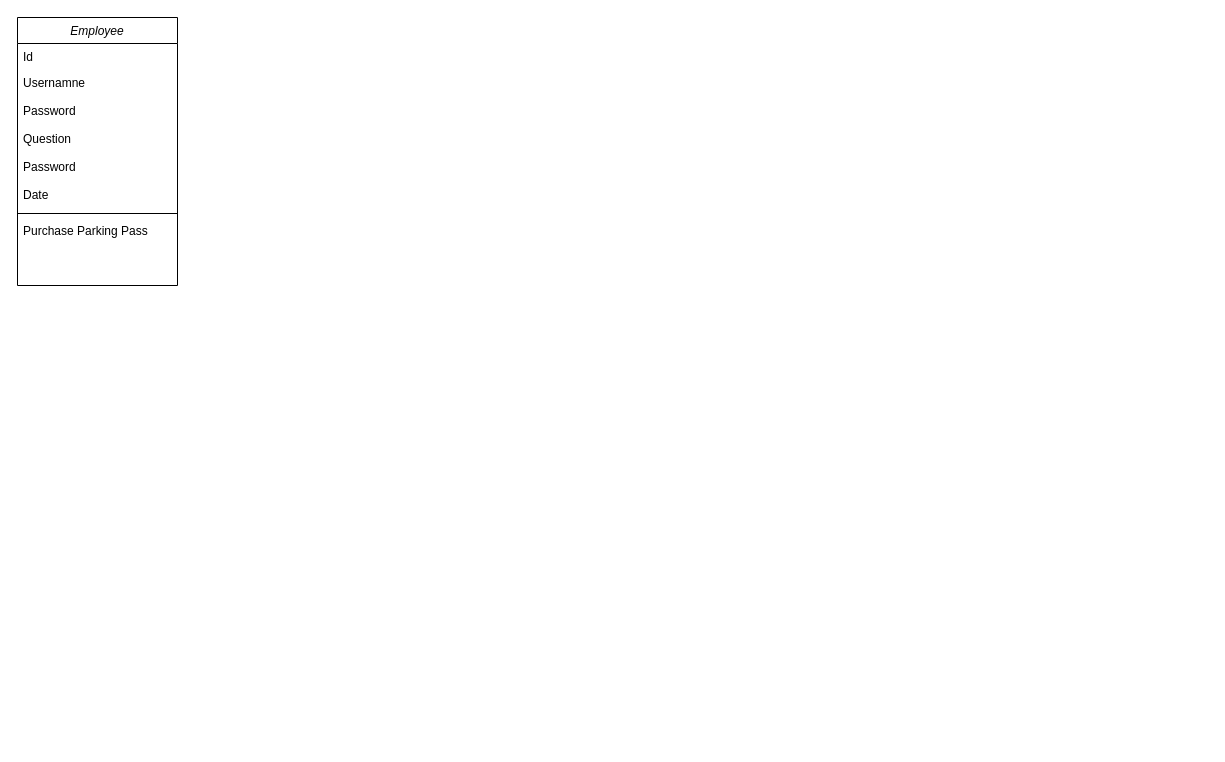
This is CafeteriaManagementSys.drawio from thanhdatho0/Cafeteria-Management, a draw.io file, before an edit. Source tidied: cells renumbered, new cells numbered last; positions are measured from the earlier drawing's top-left corner, leaving out a move shared by most shapes. Both pictures are drawn from the tidied source at 100%, with x=0, y=0 at pixel (17, 17).
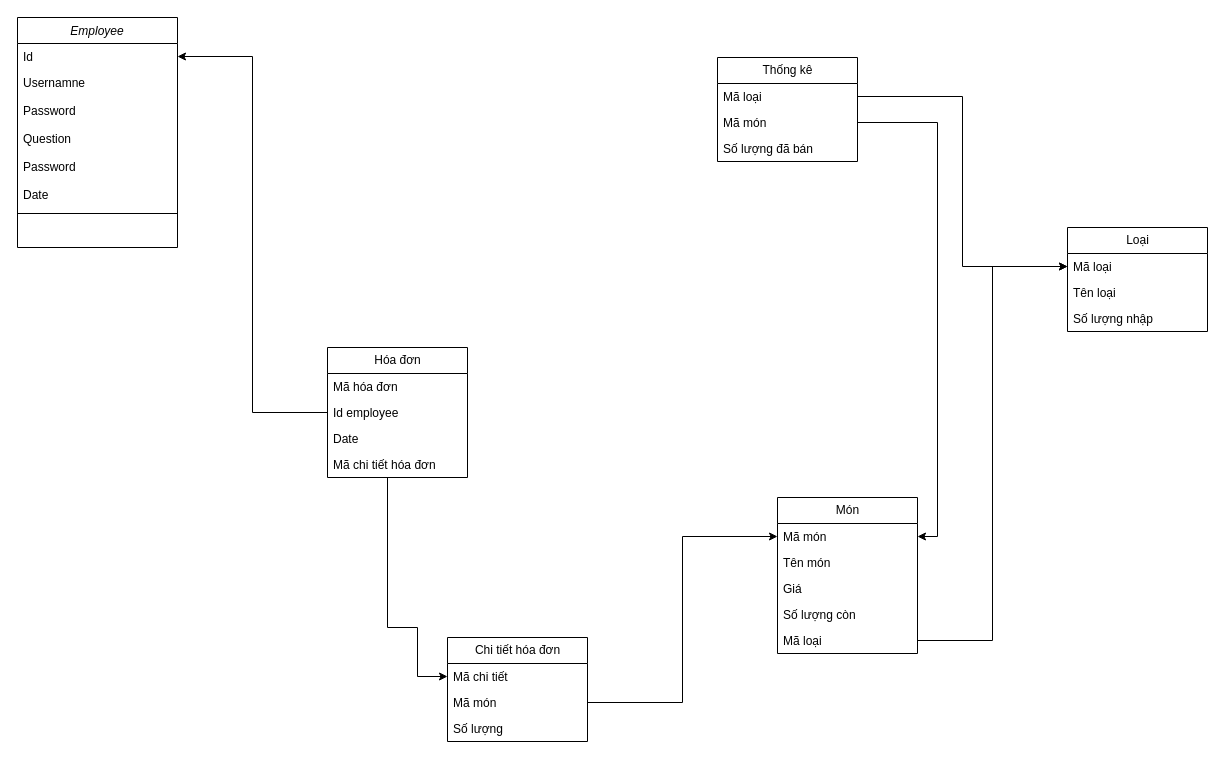
The same page after the edit.

The change refers to these unchanged cells:
```xml
<mxCell id="3" value="Id" style="text;align=left;verticalAlign=top;spacingLeft=4;spacingRight=4;overflow=hidden;points=[[0,0.5],[1,0.5]];portConstraint=eastwest;" parent="2" vertex="1">
  <mxGeometry y="26" width="160" height="26" as="geometry" />
</mxCell>
```

The edit, as a diff of the source:
```diff
@@
     <mxCell id="2" value="Employee" style="swimlane;fontStyle=2;align=center;verticalAlign=top;horizontal=1;startSize=26;rounded=0;shadow=0;strokeWidth=1;" parent="1" vertex="1">
-      <mxGeometry width="160" height="268" as="geometry" />
+      <mxGeometry width="160" height="230" as="geometry" />
     </mxCell>
@@
-    <mxCell id="10" value="Purchase Parking Pass" style="text;align=left;verticalAlign=top;spacingLeft=4;spacingRight=4;overflow=hidden;" parent="2" vertex="1">
-      <mxGeometry y="200" width="160" height="26" as="geometry" />
-    </mxCell>
+    <mxCell id="11" value="Món" style="swimlane;fontStyle=0;horizontal=1;startSize=26;fillColor=none;html=1;" parent="1" vertex="1">
+      <mxGeometry x="760" y="480" width="140" height="156" as="geometry" />
+    </mxCell>
+    <mxCell id="12" value="Mã món" style="text;strokeColor=none;fillColor=none;align=left;verticalAlign=top;spacingLeft=4;spacingRight=4;overflow=hidden;points=[[0,0.5],[1,0.5]];portConstraint=eastwest;whiteSpace=wrap;html=1;" parent="11" vertex="1">
+      <mxGeometry y="26" width="140" height="26" as="geometry" />
+    </mxCell>
+    <mxCell id="13" value="Tên món" style="text;strokeColor=none;fillColor=none;align=left;verticalAlign=top;spacingLeft=4;spacingRight=4;overflow=hidden;whiteSpace=wrap;html=1;" parent="11" vertex="1">
+      <mxGeometry y="52" width="140" height="26" as="geometry" />
+    </mxCell>
+    <mxCell id="14" value="Giá" style="text;strokeColor=none;fillColor=none;align=left;verticalAlign=top;spacingLeft=4;spacingRight=4;overflow=hidden;whiteSpace=wrap;html=1;" parent="11" vertex="1">
+      <mxGeometry y="78" width="140" height="26" as="geometry" />
+    </mxCell>
+    <mxCell id="15" value="Số lượng còn" style="text;strokeColor=none;fillColor=none;align=left;verticalAlign=top;spacingLeft=4;spacingRight=4;overflow=hidden;whiteSpace=wrap;html=1;" parent="11" vertex="1">
+      <mxGeometry y="104" width="140" height="26" as="geometry" />
+    </mxCell>
+    <mxCell id="16" value="Mã loại" style="text;strokeColor=none;fillColor=none;align=left;verticalAlign=top;spacingLeft=4;spacingRight=4;overflow=hidden;points=[[0,0.5],[1,0.5]];portConstraint=eastwest;whiteSpace=wrap;html=1;" parent="11" vertex="1">
+      <mxGeometry y="130" width="140" height="26" as="geometry" />
+    </mxCell>
+    <mxCell id="17" value="Loại" style="swimlane;fontStyle=0;horizontal=1;startSize=26;fillColor=none;html=1;" parent="1" vertex="1">
+      <mxGeometry x="1050" y="210" width="140" height="104" as="geometry" />
+    </mxCell>
+    <mxCell id="18" value="Mã loại" style="text;strokeColor=none;fillColor=none;align=left;verticalAlign=top;spacingLeft=4;spacingRight=4;overflow=hidden;points=[[0,0.5],[1,0.5]];portConstraint=eastwest;whiteSpace=wrap;html=1;" parent="17" vertex="1">
+      <mxGeometry y="26" width="140" height="26" as="geometry" />
+    </mxCell>
+    <mxCell id="19" value="Tên loại" style="text;strokeColor=none;fillColor=none;align=left;verticalAlign=top;spacingLeft=4;spacingRight=4;overflow=hidden;whiteSpace=wrap;html=1;" parent="17" vertex="1">
+      <mxGeometry y="52" width="140" height="26" as="geometry" />
+    </mxCell>
+    <mxCell id="20" value="Số lượng nhập" style="text;strokeColor=none;fillColor=none;align=left;verticalAlign=top;spacingLeft=4;spacingRight=4;overflow=hidden;whiteSpace=wrap;html=1;" parent="17" vertex="1">
+      <mxGeometry y="78" width="140" height="26" as="geometry" />
+    </mxCell>
+    <mxCell id="21" style="edgeStyle=orthogonalEdgeStyle;rounded=0;jettySize=auto;html=1;entryX=0;entryY=0.5;entryDx=0;entryDy=0;" parent="1" edge="1" source="16" target="18">
+      <mxGeometry relative="1" as="geometry" />
+    </mxCell>
+    <mxCell id="22" value="Thống kê" style="swimlane;fontStyle=0;horizontal=1;startSize=26;fillColor=none;html=1;" parent="1" vertex="1">
+      <mxGeometry x="700" y="40" width="140" height="104" as="geometry" />
+    </mxCell>
+    <mxCell id="23" value="Mã loại" style="text;strokeColor=none;fillColor=none;align=left;verticalAlign=top;spacingLeft=4;spacingRight=4;overflow=hidden;points=[[0,0.5],[1,0.5]];portConstraint=eastwest;whiteSpace=wrap;html=1;" parent="22" vertex="1">
+      <mxGeometry y="26" width="140" height="26" as="geometry" />
+    </mxCell>
+    <mxCell id="24" value="Mã món" style="text;strokeColor=none;fillColor=none;align=left;verticalAlign=top;spacingLeft=4;spacingRight=4;overflow=hidden;points=[[0,0.5],[1,0.5]];portConstraint=eastwest;whiteSpace=wrap;html=1;" parent="22" vertex="1">
+      <mxGeometry y="52" width="140" height="26" as="geometry" />
+    </mxCell>
+    <mxCell id="25" value="Số lượng đã bán" style="text;strokeColor=none;fillColor=none;align=left;verticalAlign=top;spacingLeft=4;spacingRight=4;overflow=hidden;whiteSpace=wrap;html=1;" parent="22" vertex="1">
+      <mxGeometry y="78" width="140" height="26" as="geometry" />
+    </mxCell>
+    <mxCell id="26" style="edgeStyle=orthogonalEdgeStyle;rounded=0;jettySize=auto;html=1;entryX=1;entryY=0.5;entryDx=0;entryDy=0;" parent="1" edge="1" source="24" target="12">
+      <mxGeometry relative="1" as="geometry" />
+    </mxCell>
+    <mxCell id="27" style="edgeStyle=orthogonalEdgeStyle;rounded=0;jettySize=auto;html=1;entryX=0;entryY=0.5;entryDx=0;entryDy=0;" parent="1" edge="1" source="23" target="18">
+      <mxGeometry relative="1" as="geometry" />
+    </mxCell>
+    <mxCell id="28" style="edgeStyle=orthogonalEdgeStyle;rounded=0;jettySize=auto;html=1;entryX=0;entryY=0.5;entryDx=0;entryDy=0;exitX=1;exitY=0.5;exitDx=0;exitDy=0;" parent="1" edge="1" source="31" target="12">
+      <mxGeometry relative="1" as="geometry" />
+    </mxCell>
+    <mxCell id="29" value="Chi tiết hóa đơn" style="swimlane;fontStyle=0;horizontal=1;startSize=26;fillColor=none;html=1;" parent="1" vertex="1">
+      <mxGeometry x="430" y="620" width="140" height="104" as="geometry" />
+    </mxCell>
+    <mxCell id="30" value="Mã chi tiết" style="text;strokeColor=none;fillColor=none;align=left;verticalAlign=top;spacingLeft=4;spacingRight=4;overflow=hidden;points=[[0,0.5],[1,0.5]];portConstraint=eastwest;whiteSpace=wrap;html=1;" parent="29" vertex="1">
+      <mxGeometry y="26" width="140" height="26" as="geometry" />
+    </mxCell>
+    <mxCell id="31" value="Mã món" style="text;strokeColor=none;fillColor=none;align=left;verticalAlign=top;spacingLeft=4;spacingRight=4;overflow=hidden;points=[[0,0.5],[1,0.5]];portConstraint=eastwest;whiteSpace=wrap;html=1;" parent="29" vertex="1">
+      <mxGeometry y="52" width="140" height="26" as="geometry" />
+    </mxCell>
+    <mxCell id="32" value="Số lượng" style="text;strokeColor=none;fillColor=none;align=left;verticalAlign=top;spacingLeft=4;spacingRight=4;overflow=hidden;whiteSpace=wrap;html=1;" parent="29" vertex="1">
+      <mxGeometry y="78" width="140" height="26" as="geometry" />
+    </mxCell>
+    <mxCell id="33" style="edgeStyle=orthogonalEdgeStyle;rounded=0;jettySize=auto;html=1;entryX=1;entryY=0.5;entryDx=0;entryDy=0;exitX=0;exitY=0.5;exitDx=0;exitDy=0;" parent="1" edge="1" source="36" target="3">
+      <mxGeometry relative="1" as="geometry" />
+    </mxCell>
+    <mxCell id="34" value="Hóa đơn" style="swimlane;fontStyle=0;horizontal=1;startSize=26;fillColor=none;html=1;" parent="1" vertex="1">
+      <mxGeometry x="310" y="330" width="140" height="130" as="geometry" />
+    </mxCell>
+    <mxCell id="35" value="Mã hóa đơn" style="text;strokeColor=none;fillColor=none;align=left;verticalAlign=top;spacingLeft=4;spacingRight=4;overflow=hidden;whiteSpace=wrap;html=1;" parent="34" vertex="1">
+      <mxGeometry y="26" width="140" height="26" as="geometry" />
+    </mxCell>
+    <mxCell id="36" value="Id employee" style="text;strokeColor=none;fillColor=none;align=left;verticalAlign=top;spacingLeft=4;spacingRight=4;overflow=hidden;points=[[0,0.5],[1,0.5]];portConstraint=eastwest;whiteSpace=wrap;html=1;" parent="34" vertex="1">
+      <mxGeometry y="52" width="140" height="26" as="geometry" />
+    </mxCell>
+    <mxCell id="37" value="Date" style="text;strokeColor=none;fillColor=none;align=left;verticalAlign=top;spacingLeft=4;spacingRight=4;overflow=hidden;whiteSpace=wrap;html=1;" parent="34" vertex="1">
+      <mxGeometry y="78" width="140" height="26" as="geometry" />
+    </mxCell>
+    <mxCell id="38" value="Mã chi tiết hóa đơn" style="text;strokeColor=none;fillColor=none;align=left;verticalAlign=top;spacingLeft=4;spacingRight=4;overflow=hidden;points=[[0,0.5],[1,0.5]];portConstraint=eastwest;whiteSpace=wrap;html=1;" parent="34" vertex="1">
+      <mxGeometry y="104" width="140" height="26" as="geometry" />
+    </mxCell>
+    <mxCell id="39" style="edgeStyle=orthogonalEdgeStyle;rounded=0;jettySize=auto;html=1;entryX=0;entryY=0.5;entryDx=0;entryDy=0;" parent="1" edge="1" source="38" target="30">
+      <mxGeometry relative="1" as="geometry">
+        <Array as="points">
+          <mxPoint x="370" y="610" />
+          <mxPoint x="400" y="610" />
+          <mxPoint x="400" y="659" />
+        </Array>
+      </mxGeometry>
+    </mxCell>
```
